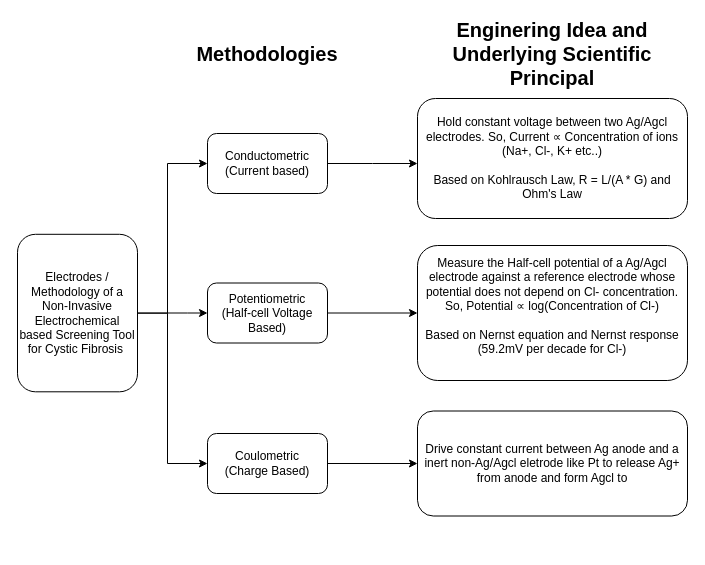
gugan73715/Wearable-BioNode keeps this draw.io diagram as Design Docs/CF_Screening_Electrodes_Summary.drawio. Above is the earlier version. Source tidied: cells renumbered, new cells numbered last; positions are measured from the earlier drawing's top-left corner, leaving out a move shared by most shapes. Both pictures are drawn from the tidied source at 100%, with x=0, y=0 at pixel (17, 38).
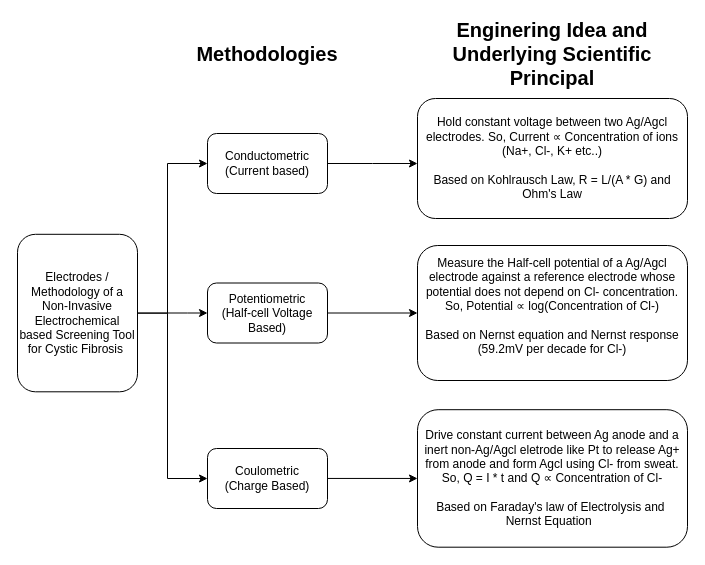
The same page after the edit.

Commit message:
Modified CF Block Diagram

The change refers to these unchanged cells:
```xml
<mxCell id="4" value="Electrodes / Methodology of a Non-Invasive Electrochemical based Screening Tool for Cystic Fibrosis&amp;nbsp;" style="rounded=1;whiteSpace=wrap;html=1;" parent="1" vertex="1">
  <mxGeometry y="195.8" width="120" height="157.5" as="geometry" />
</mxCell>
```

Diff of the diagram source:
```diff
@@
     <mxCell id="3" style="edgeStyle=orthogonalEdgeStyle;rounded=0;jettySize=auto;html=1;entryX=0;entryY=0.5;entryDx=0;entryDy=0;" parent="1" edge="1" source="4" target="11">
       <mxGeometry relative="1" as="geometry">
         <Array as="points">
           <mxPoint x="150" y="275" />
-          <mxPoint x="150" y="425" />
+          <mxPoint x="150" y="440" />
         </Array>
       </mxGeometry>
     </mxCell>
@@
     <mxCell id="11" value="Coulometric&lt;div&gt;(Charge Based)&lt;/div&gt;" style="rounded=1;whiteSpace=wrap;html=1;" parent="1" vertex="1">
-      <mxGeometry x="190" y="395" width="120" height="60" as="geometry" />
+      <mxGeometry x="190" y="410" width="120" height="60" as="geometry" />
     </mxCell>
@@
-    <mxCell id="14" value="Drive constant current between Ag anode and a inert non-Ag/Agcl eletrode like Pt to release Ag+ from anode and form Agcl to" style="rounded=1;whiteSpace=wrap;html=1;" parent="1" vertex="1">
-      <mxGeometry x="400" y="372.5" width="270" height="105" as="geometry" />
+    <mxCell id="14" value="Drive constant current between Ag anode and a inert non-Ag/Agcl eletrode like Pt to release Ag+ from anode and form Agcl using Cl- from sweat. So, Q = I * t and Q ∝ Concentration of Cl-&lt;div&gt;&lt;br&gt;&lt;/div&gt;&lt;div&gt;Based on Faraday's law of Electrolysis and&amp;nbsp; Nernst Equation&amp;nbsp;&amp;nbsp;&lt;/div&gt;" style="rounded=1;whiteSpace=wrap;html=1;" parent="1" vertex="1">
+      <mxGeometry x="400" y="371.2" width="270" height="137.5" as="geometry" />
     </mxCell>
```
